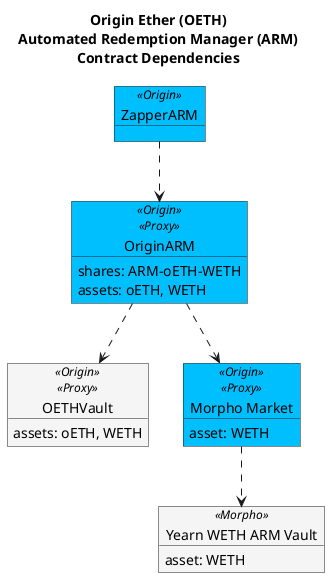
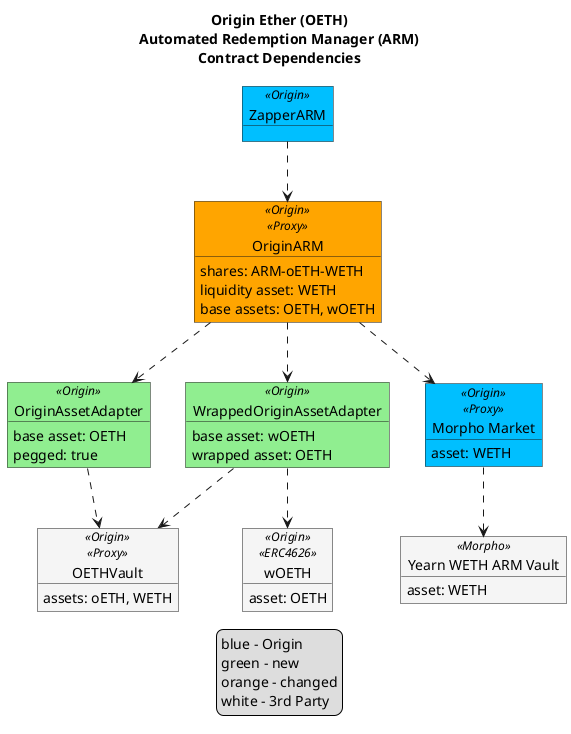
@startuml

!$originColor = DeepSkyBlue
' !$originColor = WhiteSmoke
!$newColor = LightGreen
!$changedColor = Orange
!$thirdPartyColor = WhiteSmoke

- ' legend
- ' blue - Origin
- ' ' green - new
- ' ' orange - changed
- ' white - 3rd Party
- ' end legend
+ legend
+ blue - Origin
+ green - new
+ orange - changed
+ white - 3rd Party
+ end legend

title "Origin Ether (OETH)\nAutomated Redemption Manager (ARM)\nContract Dependencies"


object "ZapperARM" as zap <<Origin>> #$originColor {
}

- object "OriginARM" as arm <<Origin>><<Proxy>> #$originColor {
+ object "OriginARM" as arm <<Origin>><<Proxy>> #$changedColor {
    shares: ARM-oETH-WETH
-     assets: oETH, WETH
+     liquidity asset: WETH
+     base assets: OETH, wOETH
+ }
+ 
+ object "OriginAssetAdapter" as oethAdapter <<Origin>> #$newColor {
+     base asset: OETH
+     pegged: true
+ }
+ 
+ object "WrappedOriginAssetAdapter" as woethAdapter <<Origin>> #$newColor {
+     base asset: wOETH
+     wrapped asset: OETH
+ }
+ 
+ object "wOETH" as woeth <<Origin>><<ERC4626>> #$thirdPartyColor {
+     asset: OETH
}

object "OETHVault" as oethVault <<Origin>><<Proxy>> #$thirdPartyColor {
    assets: oETH, WETH
}

object "Morpho Market" as morphoMarket <<Origin>><<Proxy>> #$originColor {
    asset: WETH
}

object "Yearn WETH ARM Vault" as morpho <<Morpho>> #$thirdPartyColor {
    asset: WETH
}

zap ..> arm
- arm ..> oethVault
+ arm ..> oethAdapter
+ arm ..> woethAdapter
+ oethAdapter ..> oethVault
+ woethAdapter ..> woeth
+ woethAdapter ..> oethVault
arm ..> morphoMarket
morphoMarket ..> morpho

- @enduml+ @enduml
